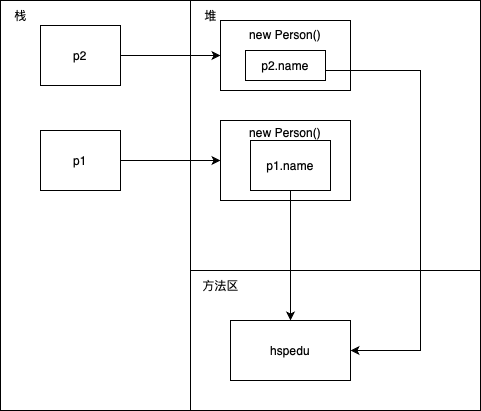
Above: drawio/White.png in Stolorzs/Picgo (draw.io), before the change. Source tidied: cells renumbered, new cells last; positions are measured from the earlier drawing's top-left corner, leaving out a move shared by most shapes.
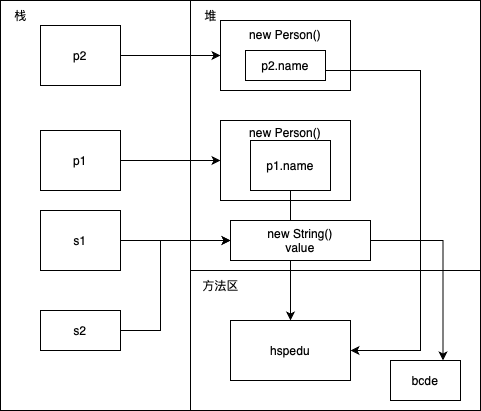
Above is the later version.

Change to the diagram source:
```diff
@@ -58,5 +58,36 @@
     <mxCell id="18" value="p2.name" style="rounded=0;whiteSpace=wrap;html=1;" parent="1" vertex="1">
       <mxGeometry x="245" y="50" width="80" height="30" as="geometry" />
     </mxCell>
+    <mxCell id="19" style="edgeStyle=orthogonalEdgeStyle;rounded=0;jettySize=auto;html=1;entryX=0;entryY=0.5;entryDx=0;entryDy=0;" parent="1" edge="1" source="20" target="22">
+      <mxGeometry relative="1" as="geometry">
+        <Array as="points">
+          <mxPoint x="120" y="240" />
+          <mxPoint x="120" y="240" />
+        </Array>
+      </mxGeometry>
+    </mxCell>
+    <mxCell id="20" value="s1" style="rounded=0;whiteSpace=wrap;html=1;" parent="1" vertex="1">
+      <mxGeometry x="40" y="210" width="80" height="60" as="geometry" />
+    </mxCell>
+    <mxCell id="21" style="edgeStyle=orthogonalEdgeStyle;rounded=0;jettySize=auto;html=1;entryX=0.75;entryY=0;entryDx=0;entryDy=0;" parent="1" edge="1" source="22" target="23">
+      <mxGeometry relative="1" as="geometry" />
+    </mxCell>
+    <mxCell id="22" value="new String()&lt;div&gt;value&lt;/div&gt;" style="rounded=0;whiteSpace=wrap;html=1;" parent="1" vertex="1">
+      <mxGeometry x="230" y="220" width="140" height="40" as="geometry" />
+    </mxCell>
+    <mxCell id="23" value="bcde" style="whiteSpace=wrap;html=1;" parent="1" vertex="1">
+      <mxGeometry x="390" y="360" width="70" height="40" as="geometry" />
+    </mxCell>
+    <mxCell id="24" style="edgeStyle=orthogonalEdgeStyle;rounded=0;jettySize=auto;html=1;" parent="1" edge="1" source="25" target="22">
+      <mxGeometry relative="1" as="geometry">
+        <Array as="points">
+          <mxPoint x="160" y="330" />
+          <mxPoint x="160" y="240" />
+        </Array>
+      </mxGeometry>
+    </mxCell>
+    <mxCell id="25" value="s2" style="rounded=0;whiteSpace=wrap;html=1;" parent="1" vertex="1">
+      <mxGeometry x="40" y="310" width="80" height="40" as="geometry" />
+    </mxCell>
   </root>
 </mxGraphModel>
```
